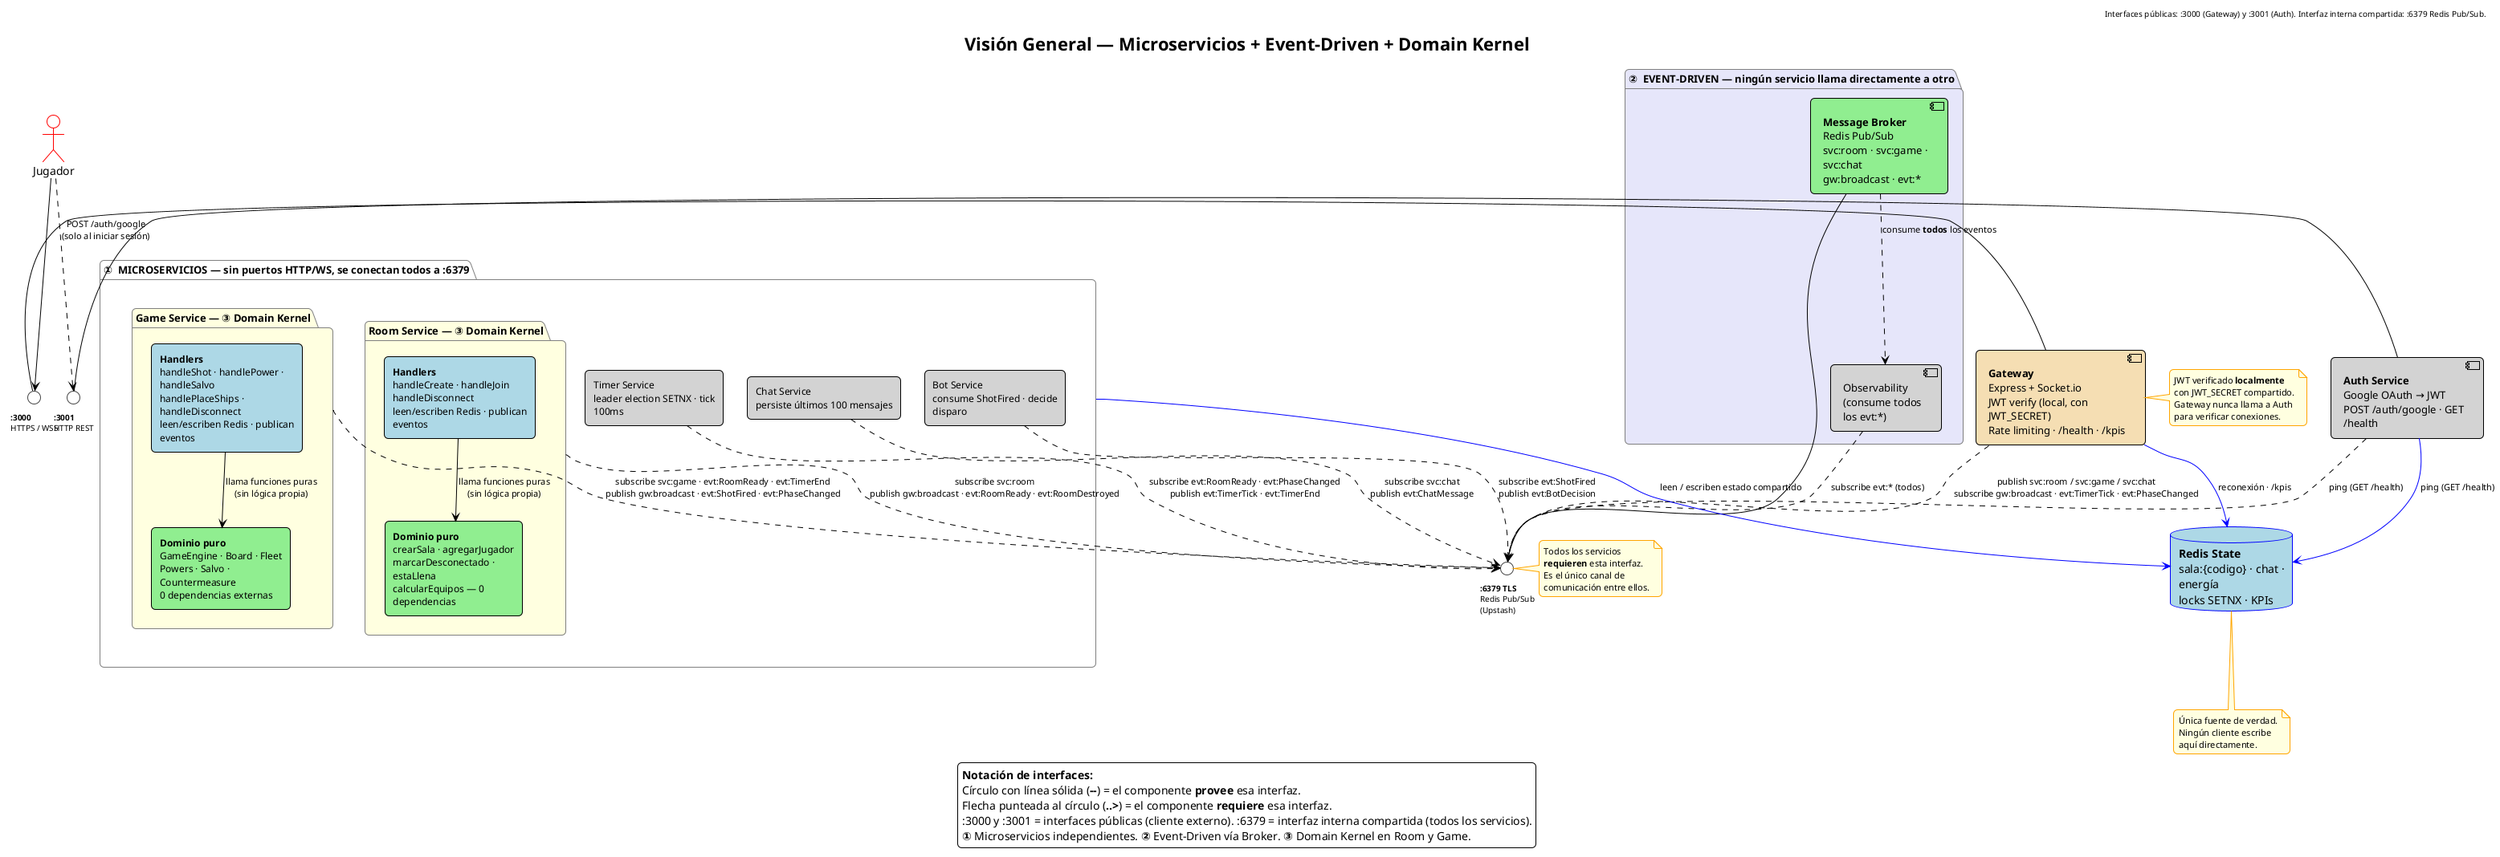
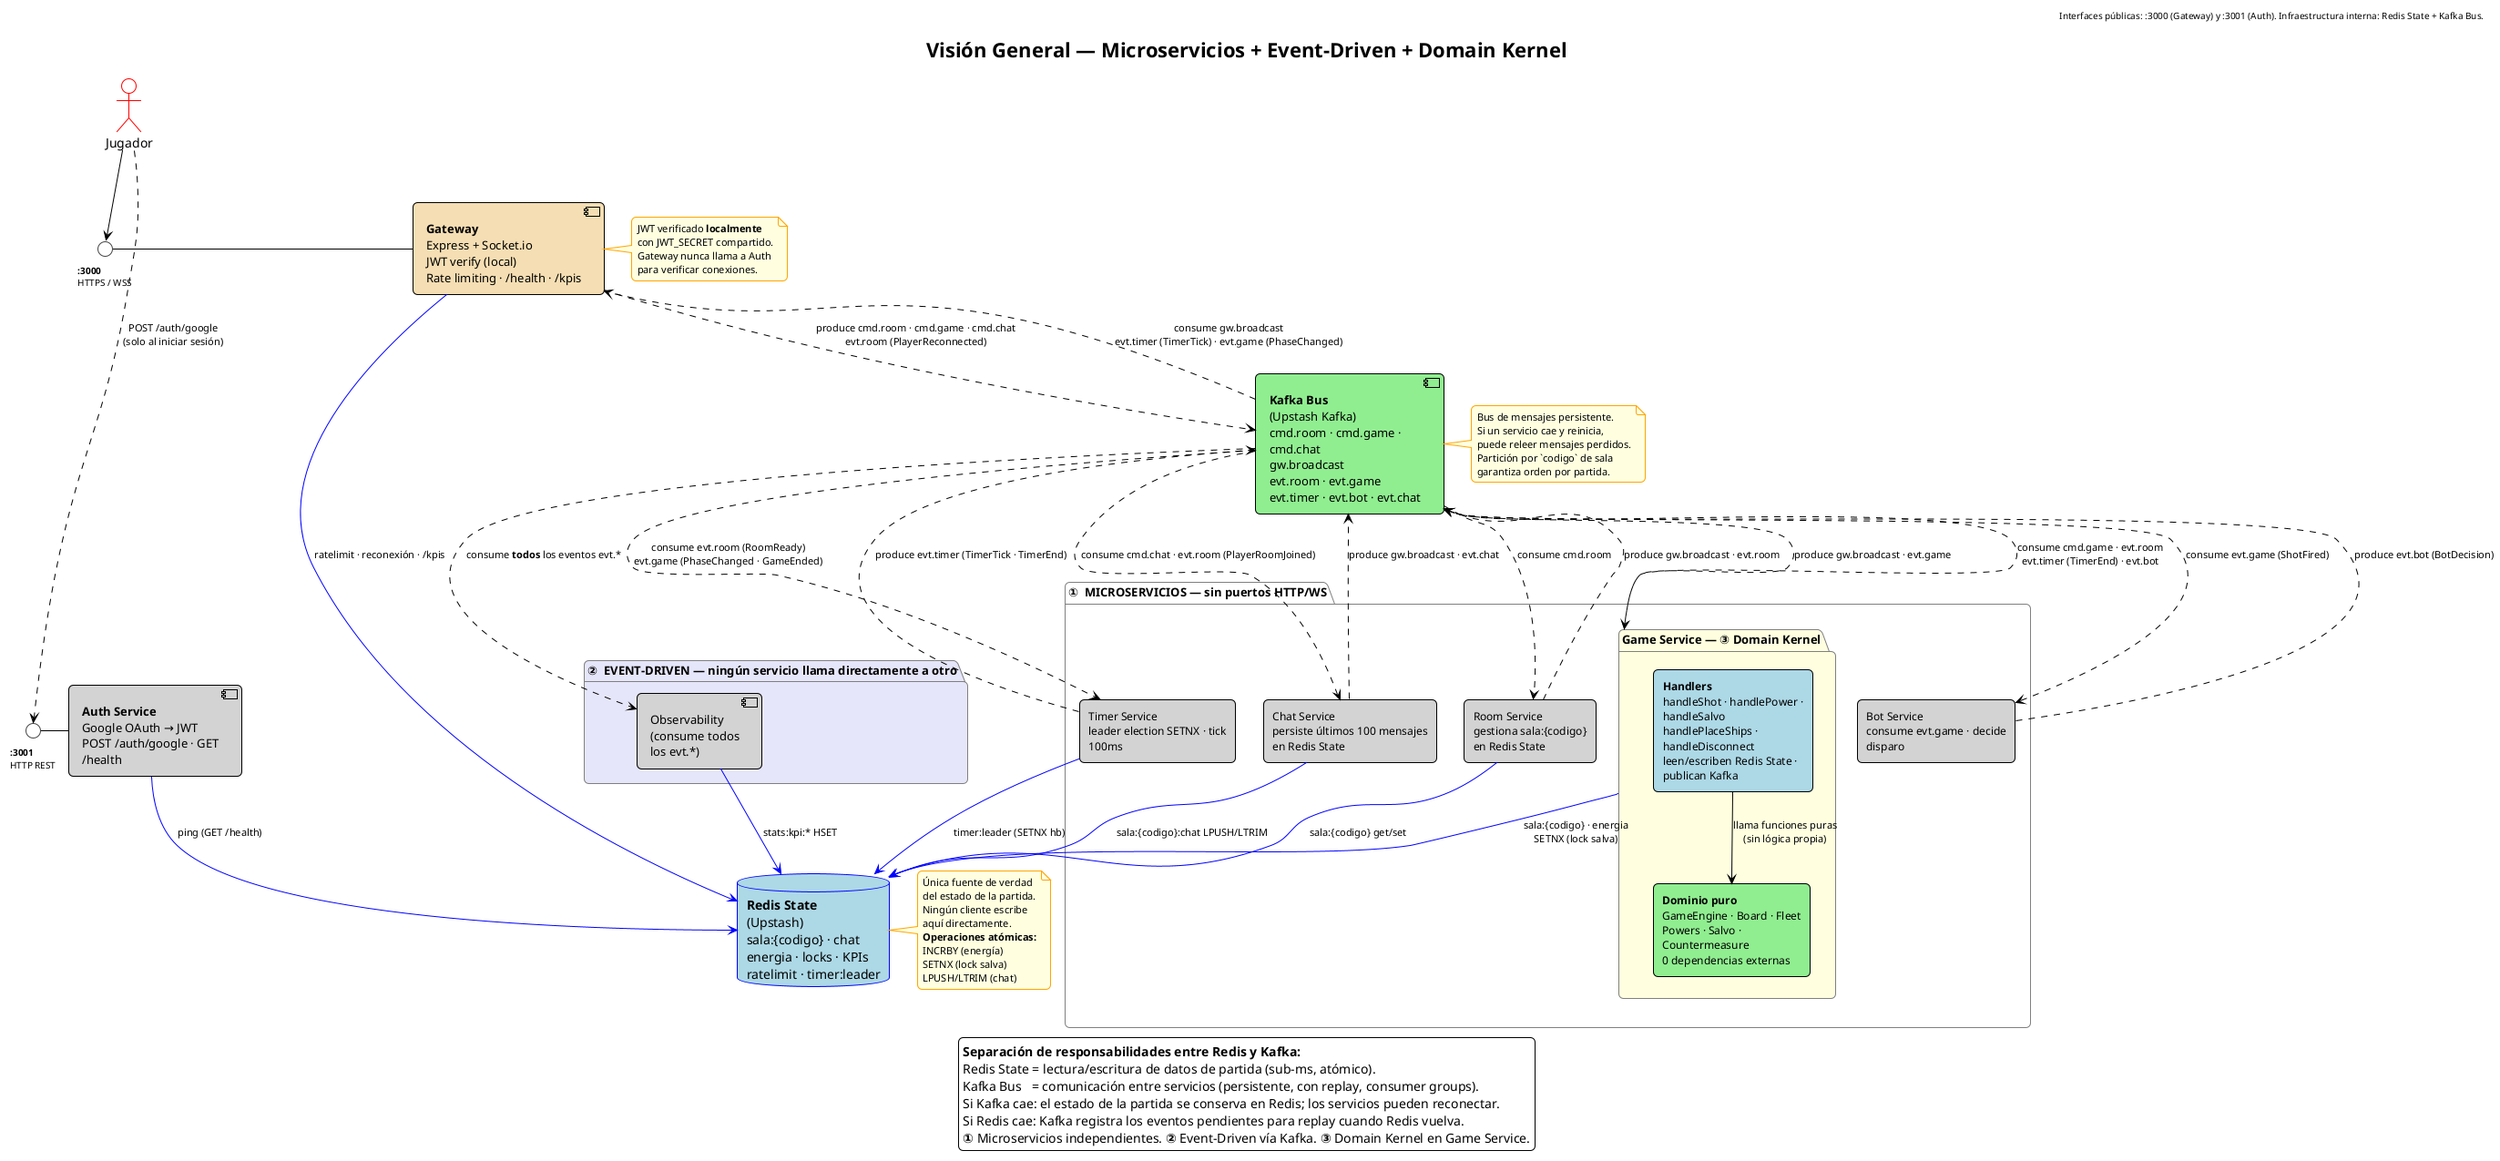
@startuml 02-vision-general-arquitectura

title Visión General — Microservicios + Event-Driven + Domain Kernel
- header Interfaces públicas: :3000 (Gateway) y :3001 (Auth). Interfaz interna compartida: :6379 Redis Pub/Sub.
+ header Interfaces públicas: :3000 (Gateway) y :3001 (Auth). Infraestructura interna: Redis State + Kafka Bus.

!theme plain
skinparam defaultFontName Consolas
skinparam wrapWidth 180
skinparam nodesep 30
skinparam ranksep 55
skinparam shadowing false
skinparam roundCorner 10
skinparam component {
  BackgroundColor LightGray
  BorderColor Black
  FontSize 13
}
skinparam database {
  BackgroundColor LightBlue
  BorderColor Blue
  FontSize 14
}
skinparam actor {
  BorderColor Red
}
skinparam package {
  BackgroundColor White
  BorderColor Gray
  FontSize 13
}
skinparam rectangle {
  FontSize 12
}
skinparam interface {
  BackgroundColor White
  BorderColor #444444
  FontSize 10
}
skinparam note {
  BackgroundColor LightYellow
  BorderColor Orange
  FontSize 11
}
skinparam ArrowFontSize 11

actor "Jugador" as Jugador

- ' ── Interfaces públicas (las únicas que el cliente conoce) ────────────────────
+ ' ── Interfaces públicas ────────────────────────────────────────────────────────
interface "**:3000**\nHTTPS / WSS" as IGateway
interface "**:3001**\nHTTP REST" as IAuth

- component "**Gateway**\nExpress + Socket.io\nJWT verify (local, con JWT_SECRET)\nRate limiting · /health · /kpis" as Gateway #Wheat
+ component "**Gateway**\nExpress + Socket.io\nJWT verify (local)\nRate limiting · /health · /kpis" as Gateway #Wheat
component "**Auth Service**\nGoogle OAuth → JWT\nPOST /auth/google · GET /health" as Auth #LightGray

Jugador -down-> IGateway
IGateway - Gateway
Jugador ..> IAuth : POST /auth/google\n(solo al iniciar sesión)
IAuth - Auth

- ' ── Interfaz interna compartida — el "puerto" del Broker ─────────────────────
- interface "**:6379 TLS**\nRedis Pub/Sub\n(Upstash)" as IBroker
+ ' ── Infraestructura interna ───────────────────────────────────────────────────
+ database "**Redis State**\n(Upstash)\nsala:{codigo} · chat\nenergia · locks · KPIs\nratelimit · timer:leader" as Redis #LightBlue
+ 
+ component "**Kafka Bus**\n(Upstash Kafka)\ncmd.room · cmd.game · cmd.chat\ngw.broadcast\nevt.room · evt.game\nevt.timer · evt.bot · evt.chat" as Kafka #LightGreen

package "②  EVENT-DRIVEN — ningún servicio llama directamente a otro" as EventZone #Lavender {
-   component "**Message Broker**\nRedis Pub/Sub\nsvc:room · svc:game · svc:chat\ngw:broadcast · evt:*" as Broker #LightGreen
-   component "Observability\n(consume todos\nlos evt:*)" as Obs #LightGray
-   Broker .down.> Obs : consume **todos** los eventos
+   component "Observability\n(consume todos\nlos evt.*)" as Obs #LightGray
+   Kafka .down.> Obs : consume **todos** los eventos evt.*
}

- Broker -- IBroker
- 
- package "①  MICROSERVICIOS — sin puertos HTTP/WS, se conectan todos a :6379" as Micro {
- 
-   package "**Room Service** — ③ Domain Kernel" as RoomBox #LightYellow {
-     rectangle "**Handlers**\nhandleCreate · handleJoin\nhandleDisconnect\nleen/escriben Redis · publican eventos" as RoomH #LightBlue
-     rectangle "**Dominio puro**\ncrearSala · agregarJugador\nmarcarDesconectado · estaLlena\ncalcularEquipos — 0 dependencias" as RoomD #LightGreen
-     RoomH -down-> RoomD : llama funciones puras\n(sin lógica propia)
-   }
+ package "①  MICROSERVICIOS — sin puertos HTTP/WS" as Micro {

  package "**Game Service** — ③ Domain Kernel" as GameBox #LightYellow {
-     rectangle "**Handlers**\nhandleShot · handlePower · handleSalvo\nhandlePlaceShips · handleDisconnect\nleen/escriben Redis · publican eventos" as GameH #LightBlue
+     rectangle "**Handlers**\nhandleShot · handlePower · handleSalvo\nhandlePlaceShips · handleDisconnect\nleen/escriben Redis State · publican Kafka" as GameH #LightBlue
    rectangle "**Dominio puro**\nGameEngine · Board · Fleet\nPowers · Salvo · Countermeasure\n0 dependencias externas" as GameD #LightGreen
    GameH -down-> GameD : llama funciones puras\n(sin lógica propia)
  }

  rectangle "Timer Service\nleader election SETNX · tick 100ms" as Timer #LightGray
-   rectangle "Chat Service\npersiste últimos 100 mensajes" as Chat #LightGray
-   rectangle "Bot Service\nconsume ShotFired · decide disparo" as Bot #LightGray
+   rectangle "Chat Service\npersiste últimos 100 mensajes\nen Redis State" as Chat #LightGray
+   rectangle "Bot Service\nconsume evt.game · decide disparo" as Bot #LightGray
+   rectangle "Room Service\ngestiona sala:{codigo}\nen Redis State" as Room #LightGray
}

- database "**Redis State**\nsala:{codigo} · chat · energía\nlocks SETNX · KPIs" as Redis
+ ' ── Conexiones a Redis State ──────────────────────────────────────────────────
+ Gateway  -[#blue]-> Redis : ratelimit · reconexión · /kpis
+ Auth     -[#blue]-> Redis : ping (GET /health)
+ Room     -[#blue]-> Redis : sala:{codigo} get/set
+ GameBox  -[#blue]-> Redis : sala:{codigo} · energia\nSETNX (lock salva)
+ Timer    -[#blue]-> Redis : timer:leader (SETNX hb)
+ Chat     -[#blue]-> Redis : sala:{codigo}:chat LPUSH/LTRIM
+ Obs      -[#blue]-> Redis : stats:kpi:* HSET

- ' ── Todos los servicios REQUIEREN la interfaz :6379 ──────────────────────────
- Gateway  ..> IBroker : publish svc:room / svc:game / svc:chat\nsubscribe gw:broadcast · evt:TimerTick · evt:PhaseChanged
- Auth     ..> IBroker : ping (GET /health)
- RoomBox  ..> IBroker : subscribe svc:room\npublish gw:broadcast · evt:RoomReady · evt:RoomDestroyed
- GameBox  ..> IBroker : subscribe svc:game · evt:RoomReady · evt:TimerEnd\npublish gw:broadcast · evt:ShotFired · evt:PhaseChanged
- Timer    ..> IBroker : subscribe evt:RoomReady · evt:PhaseChanged\npublish evt:TimerTick · evt:TimerEnd
- Chat     ..> IBroker : subscribe svc:chat\npublish evt:ChatMessage
- Bot      ..> IBroker : subscribe evt:ShotFired\npublish evt:BotDecision
- Obs      ..> IBroker : subscribe evt:* (todos)
+ ' ── Conexiones a Kafka Bus ────────────────────────────────────────────────────
+ Gateway  ..> Kafka : produce cmd.room · cmd.game · cmd.chat\nevt.room (PlayerReconnected)
+ Kafka    ..> Gateway : consume gw.broadcast\nevt.timer (TimerTick) · evt.game (PhaseChanged)

- ' ── Redis State (lectura/escritura directa, separado del Pub/Sub) ─────────────
- Micro    -[#blue]-> Redis : leen / escriben estado compartido
- Gateway  -[#blue]-> Redis : reconexión · /kpis
- Auth     -[#blue]-> Redis : ping (GET /health)
+ Kafka    ..> Room    : consume cmd.room
+ Room     ..> Kafka   : produce gw.broadcast · evt.room

- note right of IBroker
-   Todos los servicios
-   **requieren** esta interfaz.
-   Es el único canal de
-   comunicación entre ellos.
+ Kafka    ..> GameBox : consume cmd.game · evt.room\nevt.timer (TimerEnd) · evt.bot
+ GameBox  ..> Kafka   : produce gw.broadcast · evt.game
+ 
+ Kafka    ..> Timer   : consume evt.room (RoomReady)\nevt.game (PhaseChanged · GameEnded)
+ Timer    ..> Kafka   : produce evt.timer (TimerTick · TimerEnd)
+ 
+ Kafka    ..> Chat    : consume cmd.chat · evt.room (PlayerRoomJoined)
+ Chat     ..> Kafka   : produce gw.broadcast · evt.chat
+ 
+ Kafka    ..> Bot     : consume evt.game (ShotFired)
+ Bot      ..> Kafka   : produce evt.bot (BotDecision)
+ 
+ note right of Redis
+   Única fuente de verdad
+   del estado de la partida.
+   Ningún cliente escribe
+   aquí directamente.
+   **Operaciones atómicas:**
+   INCRBY (energía)
+   SETNX (lock salva)
+   LPUSH/LTRIM (chat)
+ end note
+ 
+ note right of Kafka
+   Bus de mensajes persistente.
+   Si un servicio cae y reinicia,
+   puede releer mensajes perdidos.
+   Partición por `codigo` de sala
+   garantiza orden por partida.
end note

note right of Gateway
  JWT verificado **localmente**
  con JWT_SECRET compartido.
  Gateway nunca llama a Auth
  para verificar conexiones.
end note

- note bottom of Redis
-   Única fuente de verdad.
-   Ningún cliente escribe
-   aquí directamente.
- end note
- 
legend bottom center
-   <b>Notación de interfaces:</b>
-   Círculo con línea sólida (<b>--</b>) = el componente <b>provee</b> esa interfaz.
-   Flecha punteada al círculo (<b>..></b>) = el componente <b>requiere</b> esa interfaz.
-   :3000 y :3001 = interfaces públicas (cliente externo). :6379 = interfaz interna compartida (todos los servicios).
-   <b>①</b> Microservicios independientes. <b>②</b> Event-Driven vía Broker. <b>③</b> Domain Kernel en Room y Game.
+   <b>Separación de responsabilidades entre Redis y Kafka:</b>
+   Redis State = lectura/escritura de datos de partida (sub-ms, atómico).
+   Kafka Bus   = comunicación entre servicios (persistente, con replay, consumer groups).
+   Si Kafka cae: el estado de la partida se conserva en Redis; los servicios pueden reconectar.
+   Si Redis cae: Kafka registra los eventos pendientes para replay cuando Redis vuelva.
+   <b>①</b> Microservicios independientes. <b>②</b> Event-Driven vía Kafka. <b>③</b> Domain Kernel en Game Service.
end legend

@enduml
